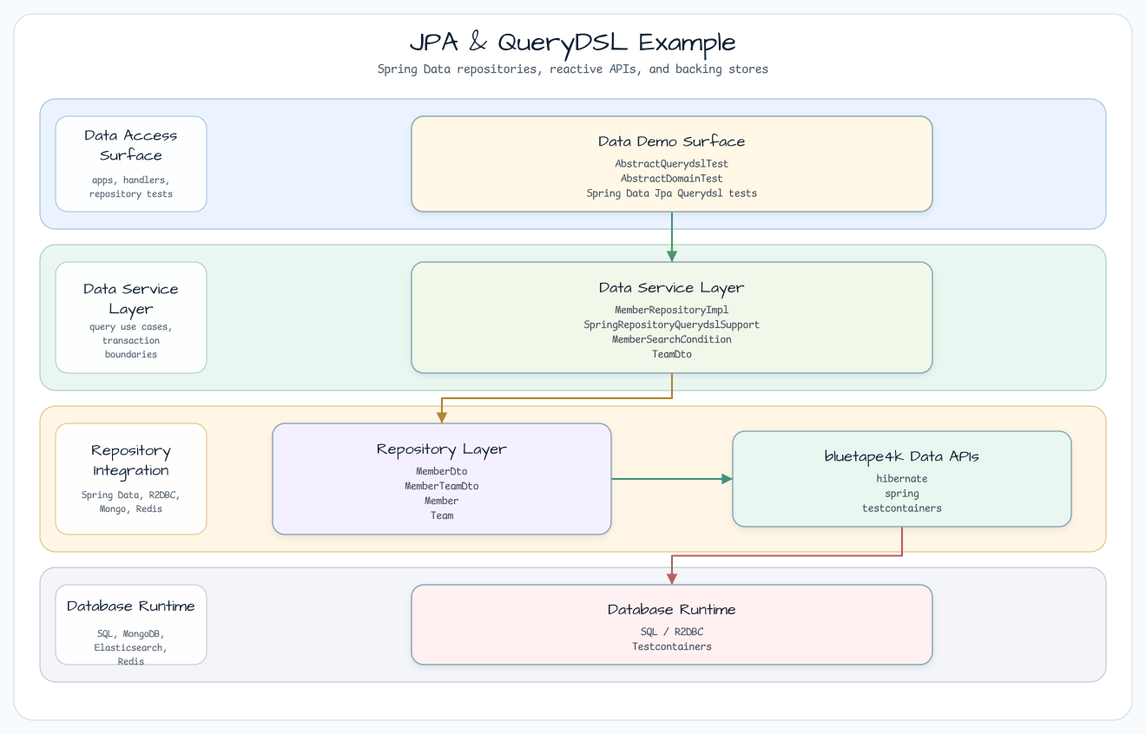
The Graphviz diagram docs/images/readme-diagrams/spring-data-jpa-querydsl-readme-architecture-01.png in bluetape4k/bluetape4k-workshop, before a commit. Its source is kept beside it as docs/images/readme-diagrams/spring-data-jpa-querydsl-readme-architecture-01.dot.
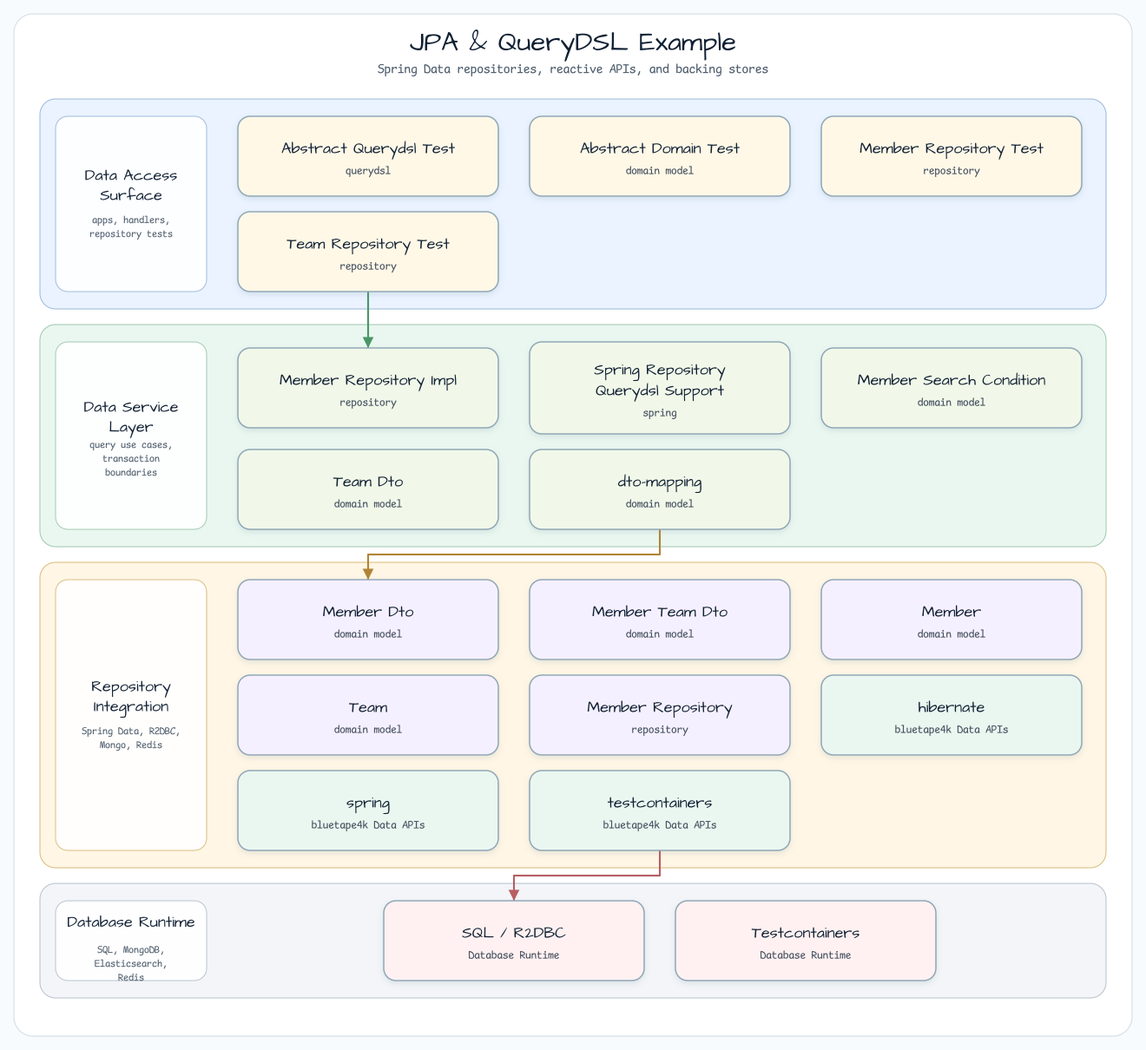
After the commit.

What changed in the source:
```diff
@@ -26,14 +26,27 @@
     fontsize=11
   ];
 
-  entry [label="Data Demo Surface\nAbstractQuerydslTest\nAbstractDomainTest\nSpring Data Jpa Querydsl tests", fillcolor="#FFF8E7"];
-  service [label="Data Service Layer\nMemberRepositoryImpl\nSpringRepositoryQuerydslSupport\nMemberSearchCondition\nTeamDto", fillcolor="#F1F8E9"];
-  infra [label="Repository Layer\nMemberDto\nMemberTeamDto\nMember\nTeam", fillcolor="#F5F0FF"];
-  bt [label="bluetape4k Data APIs\nhibernate\nspring\ntestcontainers", fillcolor="#EAF7F0"];
-  runtime [label="Database Runtime\nSQL / R2DBC\nTestcontainers", fillcolor="#FFF1F1"];
+  entry0 [label="Abstract Querydsl Test\nquerydsl", fillcolor="#FFF8E7"];
+  entry1 [label="Abstract Domain Test\ndomain model", fillcolor="#FFF8E7"];
+  entry2 [label="Member Repository Test\nrepository", fillcolor="#FFF8E7"];
+  entry3 [label="Team Repository Test\nrepository", fillcolor="#FFF8E7"];
+  service0 [label="Member Repository Impl\nrepository", fillcolor="#F1F8E9"];
+  service1 [label="Spring Repository Querydsl Support\nspring", fillcolor="#F1F8E9"];
+  service2 [label="Member Search Condition\ndomain model", fillcolor="#F1F8E9"];
+  service3 [label="Team Dto\ndomain model", fillcolor="#F1F8E9"];
+  service4 [label="dto-mapping\ndomain model", fillcolor="#F1F8E9"];
+  infra0 [label="Member Dto\ndomain model", fillcolor="#F5F0FF"];
+  infra1 [label="Member Team Dto\ndomain model", fillcolor="#F5F0FF"];
+  infra2 [label="Member\ndomain model", fillcolor="#F5F0FF"];
+  infra3 [label="Team\ndomain model", fillcolor="#F5F0FF"];
+  infra4 [label="Member Repository\nrepository", fillcolor="#F5F0FF"];
+  bt0 [label="hibernate\nbluetape4k Data APIs", fillcolor="#EAF7F0"];
+  bt1 [label="spring\nbluetape4k Data APIs", fillcolor="#EAF7F0"];
+  bt2 [label="testcontainers\nbluetape4k Data APIs", fillcolor="#EAF7F0"];
+  runtime0 [label="SQL / R2DBC\nDatabase Runtime", fillcolor="#FFF1F1"];
+  runtime1 [label="Testcontainers\nDatabase Runtime", fillcolor="#FFF1F1"];
 
-  entry -> service [label="delegates"];
-  service -> infra [label="persists / publishes"];
-  infra -> bt [label="extends"];
-  bt -> runtime [label="adapts"];
+  entry3 -> service0 [label="starts"];
+  service4 -> infra0 [label="persists / publishes"];
+  bt2 -> runtime0 [label="adapts"];
 }
```
